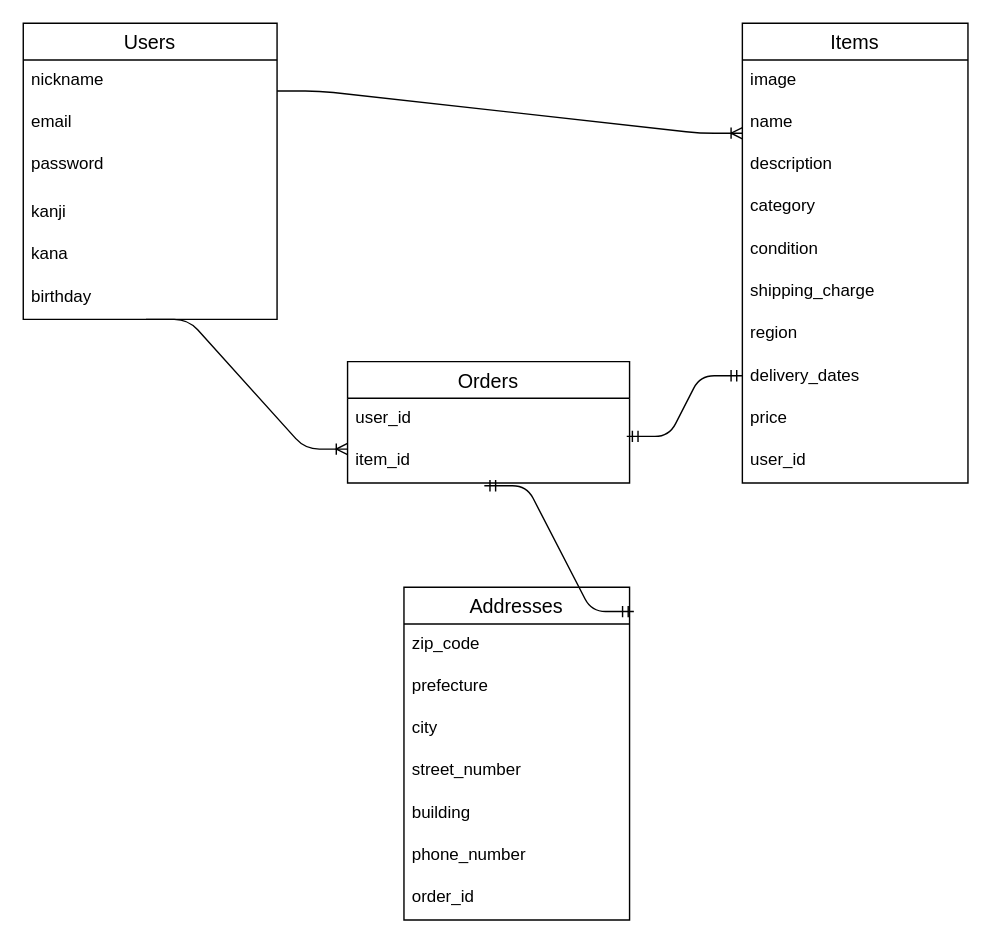
Before: database_design.dio in shun-moku/furima-33909, a draw.io diagram. Source tidied: cells renumbered, new cells numbered last; positions are measured from the earlier drawing's top-left corner, leaving out a move shared by most shapes. Both pictures are drawn from the tidied source at 141%, with x=0, y=0 at pixel (23, 23).
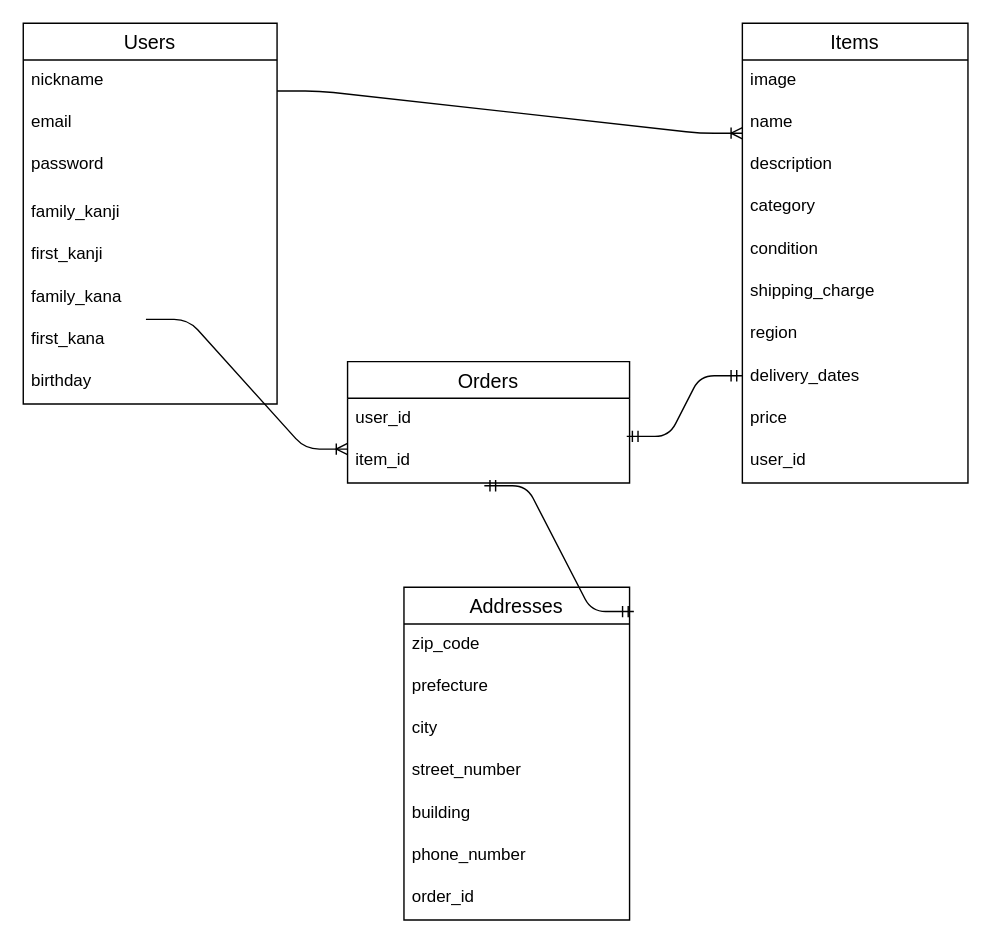
Above is the later version.

The edit, as a diff of the source:
```diff
@@
     <mxCell id="2" value="Users" style="swimlane;fontStyle=0;horizontal=1;startSize=26;align=center;fontSize=14;" parent="1" vertex="1">
-      <mxGeometry width="180" height="210" as="geometry" />
+      <mxGeometry width="180" height="270" as="geometry" />
     </mxCell>
@@
-    <mxCell id="6" value="kanji" style="text;strokeColor=none;fillColor=none;spacingLeft=4;spacingRight=4;overflow=hidden;fontSize=12;" parent="2" vertex="1">
+    <mxCell id="6" value="family_kanji" style="text;strokeColor=none;fillColor=none;spacingLeft=4;spacingRight=4;overflow=hidden;fontSize=12;" parent="2" vertex="1">
       <mxGeometry y="120" width="180" height="30" as="geometry" />
     </mxCell>
+    <mxCell id="35" value="first_kanji" style="text;strokeColor=none;fillColor=none;spacingLeft=4;spacingRight=4;overflow=hidden;fontSize=12;" parent="2" vertex="1">
+      <mxGeometry y="150" width="180" height="30" as="geometry" />
+    </mxCell>
+    <mxCell id="36" value="family_kana" style="text;strokeColor=none;fillColor=none;spacingLeft=4;spacingRight=4;overflow=hidden;fontSize=12;" parent="2" vertex="1">
+      <mxGeometry y="180" width="180" height="30" as="geometry" />
+    </mxCell>
-    <mxCell id="7" value="kana" style="text;strokeColor=none;fillColor=none;spacingLeft=4;spacingRight=4;overflow=hidden;fontSize=12;" parent="2" vertex="1">
-      <mxGeometry y="150" width="180" height="30" as="geometry" />
+    <mxCell id="7" value="first_kana" style="text;strokeColor=none;fillColor=none;spacingLeft=4;spacingRight=4;overflow=hidden;fontSize=12;" parent="2" vertex="1">
+      <mxGeometry y="210" width="180" height="30" as="geometry" />
     </mxCell>
     <mxCell id="8" value="birthday" style="text;strokeColor=none;fillColor=none;spacingLeft=4;spacingRight=4;overflow=hidden;fontSize=12;" parent="2" vertex="1">
-      <mxGeometry y="180" width="180" height="30" as="geometry" />
+      <mxGeometry y="240" width="180" height="30" as="geometry" />
     </mxCell>
```
